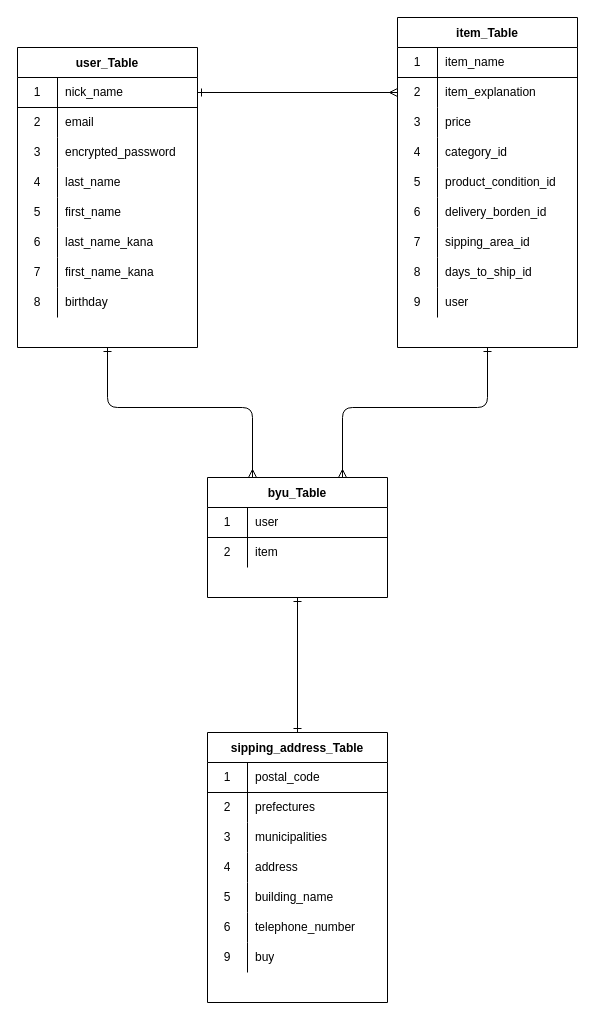
The draw.io diagram furima.dio in YuuTakamine/furima-37748, before the edit. Source tidied: cells renumbered, new cells numbered last; positions are measured from the earlier drawing's top-left corner, leaving out a move shared by most shapes. Both pictures are drawn from the tidied source at 100%, with x=0, y=0 at pixel (17, 17).
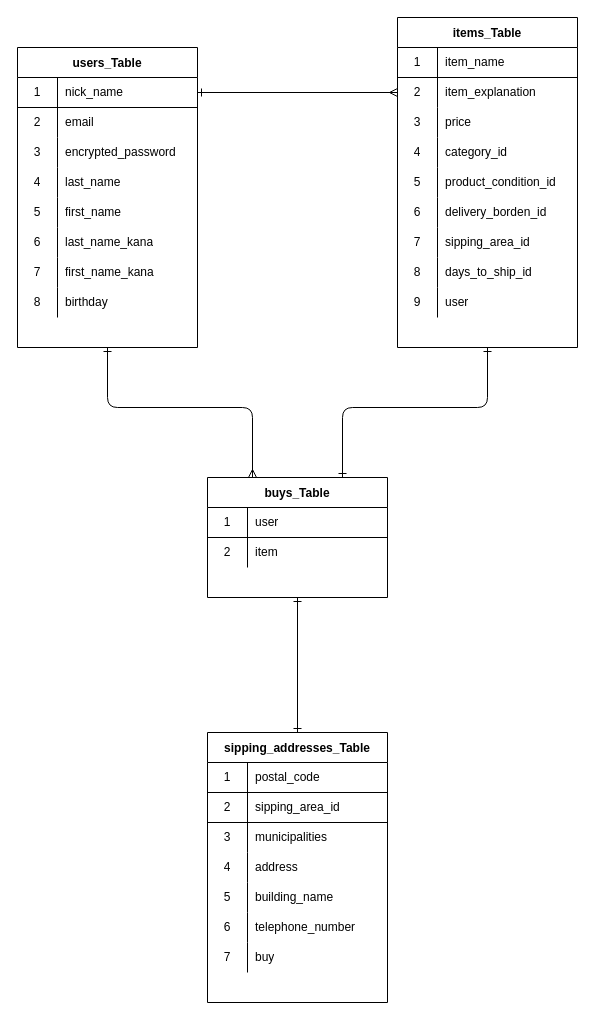
The same diagram, later.

Commit message:
データベース設計(６回目)

The change refers to these unchanged cells:
```xml
<mxCell id="83" style="shape=partialRectangle;html=1;whiteSpace=wrap;fillColor=none;top=0;left=0;bottom=0;right=0;" parent="64" vertex="1">
  <mxGeometry y="210" width="180" height="30" as="geometry" />
</mxCell>
```

The edit, as a diff of the source:
```diff
@@
-    <mxCell id="3" value="user_Table" style="shape=table;startSize=30;childLayout=tableLayout;rowLines=0;fontStyle=1;align=center;" parent="1" vertex="1">
+    <mxCell id="3" value="users_Table" style="shape=table;startSize=30;childLayout=tableLayout;rowLines=0;fontStyle=1;align=center;" parent="1" vertex="1">
       <mxGeometry y="30" width="180" height="300" as="geometry" />
     </mxCell>
@@
-    <mxCell id="28" style="edgeStyle=none;html=1;exitX=0.5;exitY=1;exitDx=0;exitDy=0;entryX=0.75;entryY=0;entryDx=0;entryDy=0;startArrow=ERone;startFill=0;endArrow=ERmany;endFill=0;" parent="1" edge="1" source="29" target="57">
+    <mxCell id="28" style="edgeStyle=none;html=1;exitX=0.5;exitY=1;exitDx=0;exitDy=0;entryX=0.75;entryY=0;entryDx=0;entryDy=0;startArrow=ERone;startFill=0;endArrow=ERone;endFill=0;" parent="1" edge="1" source="29" target="57">
       <mxGeometry relative="1" as="geometry">
         <Array as="points">
           <mxPoint x="470" y="390" />
           <mxPoint x="325" y="390" />
         </Array>
       </mxGeometry>
     </mxCell>
-    <mxCell id="29" value="item_Table" style="shape=table;startSize=30;childLayout=tableLayout;rowLines=0;fontStyle=1;align=center;" parent="1" vertex="1">
+    <mxCell id="29" value="items_Table" style="shape=table;startSize=30;childLayout=tableLayout;rowLines=0;fontStyle=1;align=center;" parent="1" vertex="1">
       <mxGeometry x="380" width="180" height="330" as="geometry" />
     </mxCell>
@@
-    <mxCell id="57" value="byu_Table" style="shape=table;startSize=30;childLayout=tableLayout;rowLines=0;fontStyle=1;align=center;" parent="1" vertex="1">
+    <mxCell id="57" value="buys_Table" style="shape=table;startSize=30;childLayout=tableLayout;rowLines=0;fontStyle=1;align=center;" parent="1" vertex="1">
       <mxGeometry x="190" y="460" width="180" height="120" as="geometry" />
     </mxCell>
@@
-    <mxCell id="64" value="sipping_address_Table" style="shape=table;startSize=30;childLayout=tableLayout;rowLines=0;fontStyle=1;align=center;" parent="1" vertex="1">
+    <mxCell id="64" value="sipping_addresses_Table" style="shape=table;startSize=30;childLayout=tableLayout;rowLines=0;fontStyle=1;align=center;" parent="1" vertex="1">
       <mxGeometry x="190" y="715" width="180" height="270" as="geometry" />
     </mxCell>
@@
-    <mxCell id="68" style="shape=partialRectangle;html=1;whiteSpace=wrap;fillColor=none;top=0;left=0;bottom=0;right=0;" parent="64" vertex="1">
-      <mxGeometry y="60" width="180" height="30" as="geometry" />
-    </mxCell>
+    <mxCell id="88" style="shape=partialRectangle;html=1;whiteSpace=wrap;fillColor=none;top=0;left=0;bottom=1;right=0;" parent="64" vertex="1">
+      <mxGeometry y="60" width="180" height="30" as="geometry" />
+    </mxCell>
-    <mxCell id="69" value="2" style="shape=partialRectangle;html=1;whiteSpace=wrap;fillColor=none;top=0;left=0;bottom=0;right=0;overflow=hidden;" parent="68" vertex="1">
+    <mxCell id="69" value="2" style="shape=partialRectangle;html=1;whiteSpace=wrap;fillColor=none;top=0;left=0;bottom=0;right=0;overflow=hidden;" parent="88" vertex="1">
       <mxGeometry width="40" height="30" as="geometry" />
     </mxCell>
-    <mxCell id="70" value="prefectures" style="shape=partialRectangle;html=1;whiteSpace=wrap;fillColor=none;top=0;left=0;bottom=0;right=0;align=left;spacingLeft=6;overflow=hidden;" parent="68" vertex="1">
-      <mxGeometry x="40" width="140" height="30" as="geometry" />
-    </mxCell>
+    <mxCell id="89" value="sipping_area_id" style="shape=partialRectangle;html=1;whiteSpace=wrap;fillColor=none;top=0;left=0;bottom=0;right=0;align=left;spacingLeft=6;overflow=hidden;" parent="88" vertex="1">
+      <mxGeometry x="40" width="140" height="30" as="geometry" />
+    </mxCell>
@@
-    <mxCell id="84" value="9" style="shape=partialRectangle;html=1;whiteSpace=wrap;fillColor=none;top=0;left=0;bottom=0;right=0;overflow=hidden;" parent="83" vertex="1">
+    <mxCell id="84" value="7" style="shape=partialRectangle;html=1;whiteSpace=wrap;fillColor=none;top=0;left=0;bottom=0;right=0;overflow=hidden;" parent="83" vertex="1">
       <mxGeometry width="40" height="30" as="geometry" />
     </mxCell>
```
